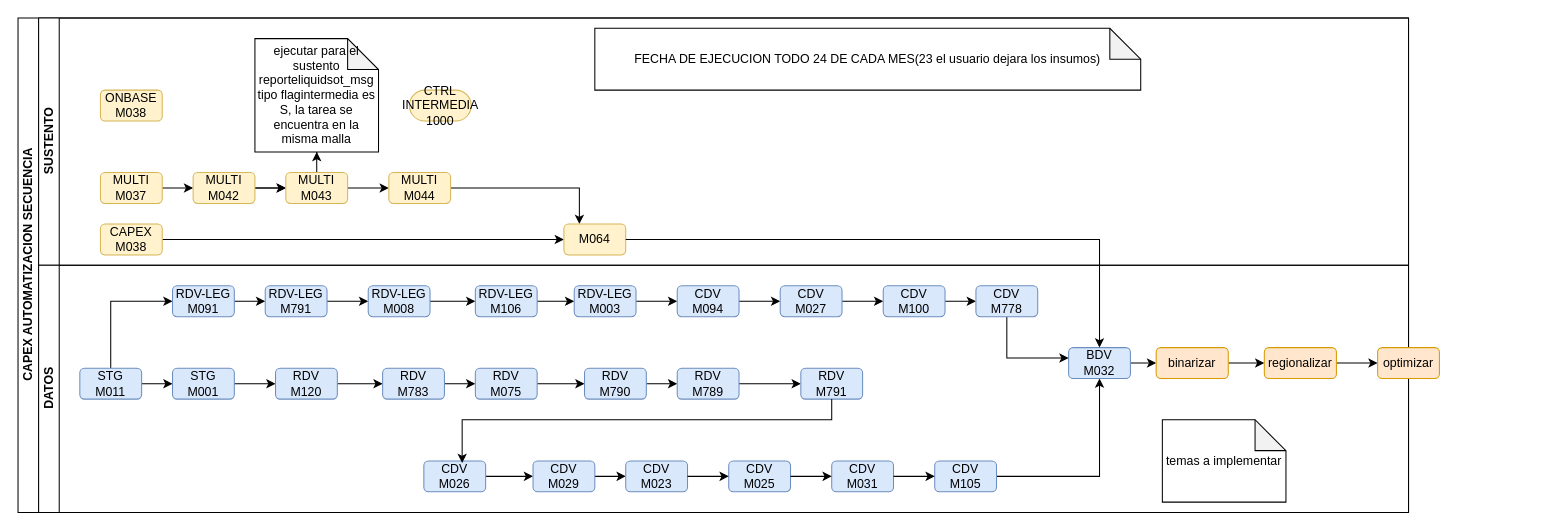
The draw.io diagram Capex_Automatizacion_secuencia_ejecucion.drawio in carlsromec/procesos-diagramas, before the edit. Source tidied: cells renumbered, new cells numbered last; positions are measured from the earlier drawing's top-left corner, leaving out a move shared by most shapes. Both pictures are drawn from the tidied source at 103%, with x=0, y=0 at pixel (18, 18).
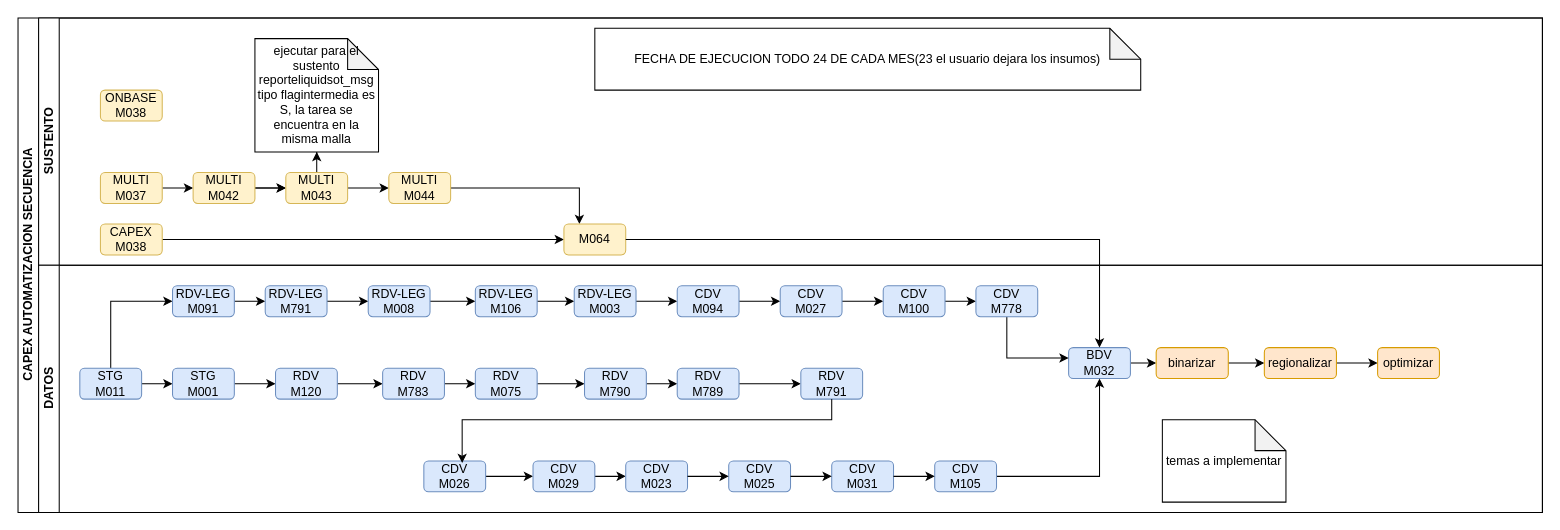
After the change.

What changed in the source:
```diff
@@
     <mxCell id="2" value="CAPEX AUTOMATIZACION SECUENCIA" style="swimlane;horizontal=0;startSize=20;html=1;" parent="1" vertex="1">
-      <mxGeometry width="1350" height="480" as="geometry" />
+      <mxGeometry width="1480" height="480" as="geometry" />
     </mxCell>
     <mxCell id="3" value="SUSTENTO" style="swimlane;startSize=20;horizontal=0;html=1;" parent="2" vertex="1">
-      <mxGeometry x="20" width="1330" height="240" as="geometry" />
+      <mxGeometry x="20" width="1460" height="240" as="geometry" />
     </mxCell>
@@
-    <mxCell id="20" value="CTRL&lt;br&gt;INTERMEDIA 1000" style="rounded=1;whiteSpace=wrap;html=1;fillColor=#fff2cc;strokeColor=#d6b656;arcSize=50;" parent="3" vertex="1">
-      <mxGeometry x="360" y="70" width="60" height="30" as="geometry" />
-    </mxCell>
     <mxCell id="21" value="DATOS" style="swimlane;startSize=20;horizontal=0;html=1;" parent="2" vertex="1">
-      <mxGeometry x="20" y="240" width="1330" height="240" as="geometry" />
+      <mxGeometry x="20" y="240" width="1460" height="240" as="geometry" />
     </mxCell>
```
